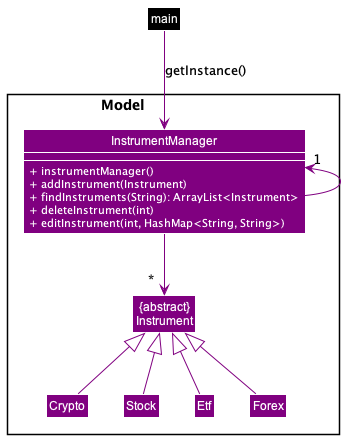
Earlier version of the PlantUML export docs/images/ModelDiagram.png (williamlamjy/mTracker).
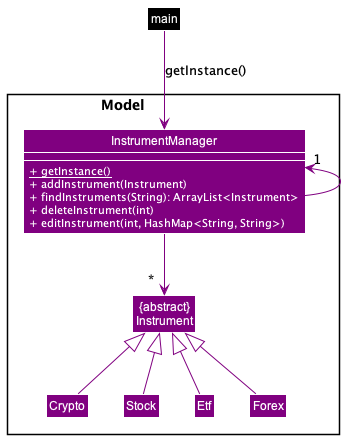
After the change.

The edit, as a diff of the source:
```diff
@@ -4,7 +4,7 @@
 Package "Model                    "  <<Rectangle>>{
      Class "{abstract}\nInstrument" as Instrument COLOR_MODEL
      Class InstrumentManager COLOR_MODEL {
-        <color:WHITE>+ instrumentManager()</color>
+        <color:WHITE>+ {static} getInstance()</color>
         <color:WHITE>+ addInstrument(Instrument)</color>
         <color:WHITE>+ findInstruments(String): ArrayList<Instrument></color>
         <color:WHITE>+ deleteInstrument(int)</color>
```
